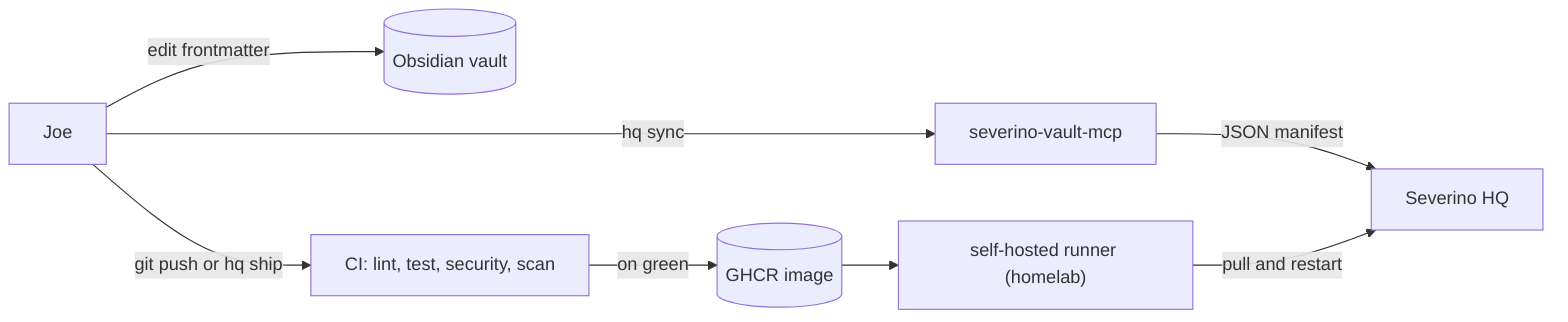
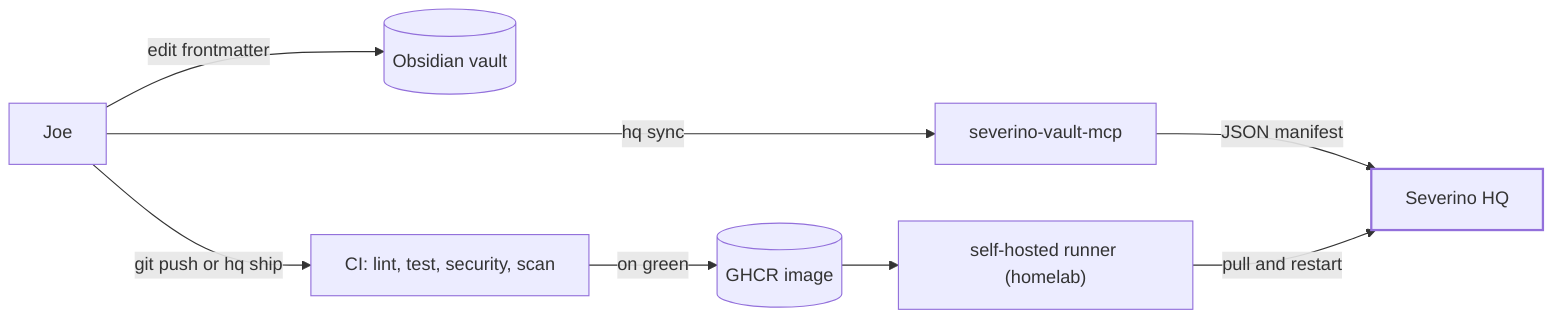
flowchart LR
    joe[Joe]
    vault[(Obsidian vault)]
    mcp[severino-vault-mcp]
    hq[Severino HQ]
    ci["CI: lint, test, security, scan"]
    ghcr[(GHCR image)]
    runner["self-hosted runner (homelab)"]

    joe -->|edit frontmatter| vault
    joe -->|hq sync| mcp -->|JSON manifest| hq
    joe -->|git push or hq ship| ci -->|on green| ghcr --> runner -->|pull and restart| hq
+ 
+     %% the destination every path converges on — styled by .anchor in the shared theme
+     classDef anchor stroke-width:2px;
+     class hq anchor;
